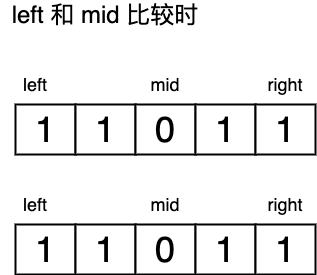
Before: offer11.png, a diagram exported from draw.io (autsu/diagrams). Source tidied: cells renumbered, new cells last; positions are measured from the earlier drawing's top-left corner, leaving out a move shared by most shapes.
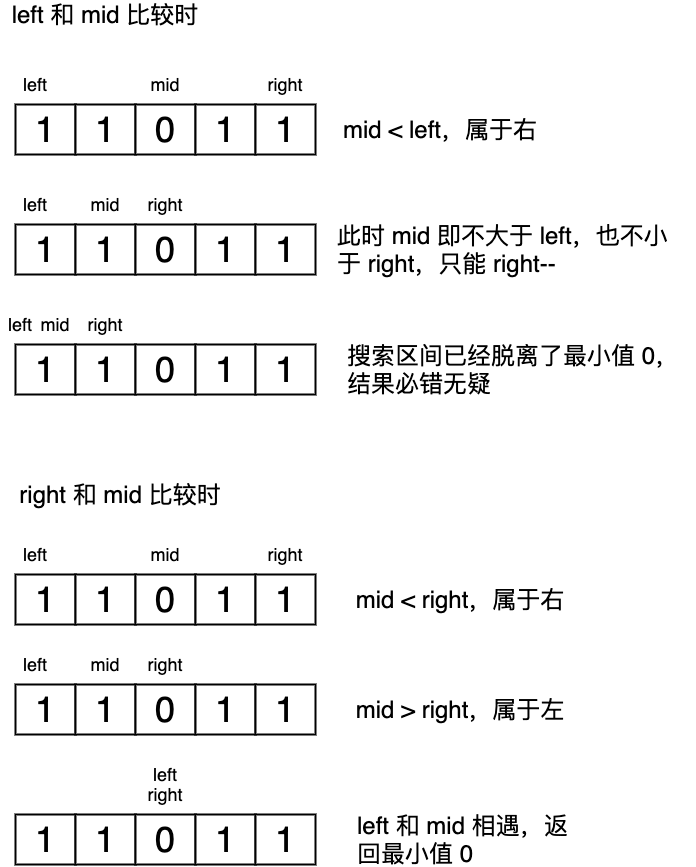
Later version of the same file.

Change to the diagram source:
```diff
@@ -45,13 +45,127 @@
       <mxGeometry x="15" y="190" width="40" height="20" as="geometry" />
     </mxCell>
     <mxCell id="16" value="&lt;font style=&quot;font-size: 18px&quot;&gt;right&lt;/font&gt;" style="text;html=1;strokeColor=none;fillColor=none;align=center;verticalAlign=middle;whiteSpace=wrap;rounded=0;" parent="1" vertex="1">
-      <mxGeometry x="265" y="190" width="40" height="20" as="geometry" />
+      <mxGeometry x="145" y="190" width="40" height="20" as="geometry" />
     </mxCell>
     <mxCell id="17" value="&lt;font style=&quot;font-size: 18px&quot;&gt;mid&lt;/font&gt;" style="text;html=1;strokeColor=none;fillColor=none;align=center;verticalAlign=middle;whiteSpace=wrap;rounded=0;" parent="1" vertex="1">
-      <mxGeometry x="145" y="190" width="40" height="20" as="geometry" />
+      <mxGeometry x="85" y="190" width="40" height="20" as="geometry" />
     </mxCell>
     <mxCell id="18" value="&lt;font style=&quot;font-size: 24px&quot;&gt;left 和 mid 比较时&lt;/font&gt;" style="text;html=1;strokeColor=none;fillColor=none;align=center;verticalAlign=middle;whiteSpace=wrap;rounded=0;" parent="1" vertex="1">
       <mxGeometry width="210" height="20" as="geometry" />
     </mxCell>
+    <mxCell id="19" value="&lt;span style=&quot;font-size: 24px&quot;&gt;mid &amp;lt; left，属于右&lt;/span&gt;" style="text;html=1;strokeColor=none;fillColor=none;align=center;verticalAlign=middle;whiteSpace=wrap;rounded=0;" parent="1" vertex="1">
+      <mxGeometry x="335" y="115" width="210" height="20" as="geometry" />
+    </mxCell>
+    <mxCell id="20" value="&lt;span style=&quot;font-size: 24px&quot;&gt;此时 mid 即不大于 left，也不小于 right，只能 right--&lt;/span&gt;" style="text;html=1;strokeColor=none;fillColor=none;align=left;verticalAlign=middle;whiteSpace=wrap;rounded=0;" parent="1" vertex="1">
+      <mxGeometry x="335" y="220" width="350" height="50" as="geometry" />
+    </mxCell>
+    <mxCell id="21" value="&lt;font style=&quot;font-size: 36px&quot;&gt;1&lt;/font&gt;" style="rounded=0;whiteSpace=wrap;html=1;strokeWidth=2;" parent="1" vertex="1">
+      <mxGeometry x="15" y="340" width="60" height="50" as="geometry" />
+    </mxCell>
+    <mxCell id="22" value="&lt;span style=&quot;font-size: 36px&quot;&gt;1&lt;/span&gt;" style="rounded=0;whiteSpace=wrap;html=1;strokeWidth=2;" parent="1" vertex="1">
+      <mxGeometry x="75" y="340" width="60" height="50" as="geometry" />
+    </mxCell>
+    <mxCell id="23" value="&lt;span style=&quot;font-size: 36px&quot;&gt;0&lt;/span&gt;" style="rounded=0;whiteSpace=wrap;html=1;strokeWidth=2;" parent="1" vertex="1">
+      <mxGeometry x="135" y="340" width="60" height="50" as="geometry" />
+    </mxCell>
+    <mxCell id="24" value="&lt;span style=&quot;font-size: 36px&quot;&gt;1&lt;/span&gt;" style="rounded=0;whiteSpace=wrap;html=1;strokeWidth=2;" parent="1" vertex="1">
+      <mxGeometry x="195" y="340" width="60" height="50" as="geometry" />
+    </mxCell>
+    <mxCell id="25" value="&lt;span style=&quot;font-size: 36px&quot;&gt;1&lt;/span&gt;" style="rounded=0;whiteSpace=wrap;html=1;strokeWidth=2;" parent="1" vertex="1">
+      <mxGeometry x="255" y="340" width="60" height="50" as="geometry" />
+    </mxCell>
+    <mxCell id="26" value="&lt;font style=&quot;font-size: 18px&quot;&gt;left&lt;/font&gt;" style="text;html=1;strokeColor=none;fillColor=none;align=center;verticalAlign=middle;whiteSpace=wrap;rounded=0;" parent="1" vertex="1">
+      <mxGeometry y="310" width="40" height="20" as="geometry" />
+    </mxCell>
+    <mxCell id="27" value="&lt;font style=&quot;font-size: 18px&quot;&gt;right&lt;/font&gt;" style="text;html=1;strokeColor=none;fillColor=none;align=center;verticalAlign=middle;whiteSpace=wrap;rounded=0;" parent="1" vertex="1">
+      <mxGeometry x="85" y="310" width="40" height="20" as="geometry" />
+    </mxCell>
+    <mxCell id="28" value="&lt;font style=&quot;font-size: 18px&quot;&gt;mid&lt;/font&gt;" style="text;html=1;strokeColor=none;fillColor=none;align=center;verticalAlign=middle;whiteSpace=wrap;rounded=0;" parent="1" vertex="1">
+      <mxGeometry x="35" y="310" width="40" height="20" as="geometry" />
+    </mxCell>
+    <mxCell id="29" value="&lt;span style=&quot;font-size: 24px&quot;&gt;搜索区间已经脱离了最小值 0，结果必错无疑&lt;/span&gt;" style="text;html=1;strokeColor=none;fillColor=none;align=left;verticalAlign=middle;whiteSpace=wrap;rounded=0;" parent="1" vertex="1">
+      <mxGeometry x="345" y="340" width="350" height="50" as="geometry" />
+    </mxCell>
+    <mxCell id="30" value="&lt;font style=&quot;font-size: 24px&quot;&gt;right 和 mid 比较时&lt;/font&gt;" style="text;html=1;strokeColor=none;fillColor=none;align=center;verticalAlign=middle;whiteSpace=wrap;rounded=0;" parent="1" vertex="1">
+      <mxGeometry x="15" y="480" width="210" height="20" as="geometry" />
+    </mxCell>
+    <mxCell id="31" value="&lt;font style=&quot;font-size: 36px&quot;&gt;1&lt;/font&gt;" style="rounded=0;whiteSpace=wrap;html=1;strokeWidth=2;" parent="1" vertex="1">
+      <mxGeometry x="15" y="570" width="60" height="50" as="geometry" />
+    </mxCell>
+    <mxCell id="32" value="&lt;span style=&quot;font-size: 36px&quot;&gt;1&lt;/span&gt;" style="rounded=0;whiteSpace=wrap;html=1;strokeWidth=2;" parent="1" vertex="1">
+      <mxGeometry x="75" y="570" width="60" height="50" as="geometry" />
+    </mxCell>
+    <mxCell id="33" value="&lt;span style=&quot;font-size: 36px&quot;&gt;0&lt;/span&gt;" style="rounded=0;whiteSpace=wrap;html=1;strokeWidth=2;" parent="1" vertex="1">
+      <mxGeometry x="135" y="570" width="60" height="50" as="geometry" />
+    </mxCell>
+    <mxCell id="34" value="&lt;span style=&quot;font-size: 36px&quot;&gt;1&lt;/span&gt;" style="rounded=0;whiteSpace=wrap;html=1;strokeWidth=2;" parent="1" vertex="1">
+      <mxGeometry x="195" y="570" width="60" height="50" as="geometry" />
+    </mxCell>
+    <mxCell id="35" value="&lt;span style=&quot;font-size: 36px&quot;&gt;1&lt;/span&gt;" style="rounded=0;whiteSpace=wrap;html=1;strokeWidth=2;" parent="1" vertex="1">
+      <mxGeometry x="255" y="570" width="60" height="50" as="geometry" />
+    </mxCell>
+    <mxCell id="36" value="&lt;font style=&quot;font-size: 18px&quot;&gt;left&lt;/font&gt;" style="text;html=1;strokeColor=none;fillColor=none;align=center;verticalAlign=middle;whiteSpace=wrap;rounded=0;" parent="1" vertex="1">
+      <mxGeometry x="15" y="540" width="40" height="20" as="geometry" />
+    </mxCell>
+    <mxCell id="37" value="&lt;font style=&quot;font-size: 18px&quot;&gt;right&lt;/font&gt;" style="text;html=1;strokeColor=none;fillColor=none;align=center;verticalAlign=middle;whiteSpace=wrap;rounded=0;" parent="1" vertex="1">
+      <mxGeometry x="265" y="540" width="40" height="20" as="geometry" />
+    </mxCell>
+    <mxCell id="38" value="&lt;font style=&quot;font-size: 18px&quot;&gt;mid&lt;/font&gt;" style="text;html=1;strokeColor=none;fillColor=none;align=center;verticalAlign=middle;whiteSpace=wrap;rounded=0;" parent="1" vertex="1">
+      <mxGeometry x="145" y="540" width="40" height="20" as="geometry" />
+    </mxCell>
+    <mxCell id="39" value="&lt;span style=&quot;font-size: 24px&quot;&gt;mid &amp;lt; right，属于右&lt;/span&gt;" style="text;html=1;strokeColor=none;fillColor=none;align=center;verticalAlign=middle;whiteSpace=wrap;rounded=0;" parent="1" vertex="1">
+      <mxGeometry x="345" y="582.5" width="230" height="25" as="geometry" />
+    </mxCell>
+    <mxCell id="40" value="&lt;font style=&quot;font-size: 36px&quot;&gt;1&lt;/font&gt;" style="rounded=0;whiteSpace=wrap;html=1;strokeWidth=2;" parent="1" vertex="1">
+      <mxGeometry x="15" y="680" width="60" height="50" as="geometry" />
+    </mxCell>
+    <mxCell id="41" value="&lt;span style=&quot;font-size: 36px&quot;&gt;1&lt;/span&gt;" style="rounded=0;whiteSpace=wrap;html=1;strokeWidth=2;" parent="1" vertex="1">
+      <mxGeometry x="75" y="680" width="60" height="50" as="geometry" />
+    </mxCell>
+    <mxCell id="42" value="&lt;span style=&quot;font-size: 36px&quot;&gt;0&lt;/span&gt;" style="rounded=0;whiteSpace=wrap;html=1;strokeWidth=2;" parent="1" vertex="1">
+      <mxGeometry x="135" y="680" width="60" height="50" as="geometry" />
+    </mxCell>
+    <mxCell id="43" value="&lt;span style=&quot;font-size: 36px&quot;&gt;1&lt;/span&gt;" style="rounded=0;whiteSpace=wrap;html=1;strokeWidth=2;" parent="1" vertex="1">
+      <mxGeometry x="195" y="680" width="60" height="50" as="geometry" />
+    </mxCell>
+    <mxCell id="44" value="&lt;span style=&quot;font-size: 36px&quot;&gt;1&lt;/span&gt;" style="rounded=0;whiteSpace=wrap;html=1;strokeWidth=2;" parent="1" vertex="1">
+      <mxGeometry x="255" y="680" width="60" height="50" as="geometry" />
+    </mxCell>
+    <mxCell id="45" value="&lt;font style=&quot;font-size: 18px&quot;&gt;left&lt;/font&gt;" style="text;html=1;strokeColor=none;fillColor=none;align=center;verticalAlign=middle;whiteSpace=wrap;rounded=0;" parent="1" vertex="1">
+      <mxGeometry x="15" y="650" width="40" height="20" as="geometry" />
+    </mxCell>
+    <mxCell id="46" value="&lt;font style=&quot;font-size: 18px&quot;&gt;right&lt;/font&gt;" style="text;html=1;strokeColor=none;fillColor=none;align=center;verticalAlign=middle;whiteSpace=wrap;rounded=0;" parent="1" vertex="1">
+      <mxGeometry x="145" y="650" width="40" height="20" as="geometry" />
+    </mxCell>
+    <mxCell id="47" value="&lt;font style=&quot;font-size: 18px&quot;&gt;mid&lt;/font&gt;" style="text;html=1;strokeColor=none;fillColor=none;align=center;verticalAlign=middle;whiteSpace=wrap;rounded=0;" parent="1" vertex="1">
+      <mxGeometry x="85" y="650" width="40" height="20" as="geometry" />
+    </mxCell>
+    <mxCell id="48" value="&lt;span style=&quot;font-size: 24px&quot;&gt;mid &amp;gt; right，属于左&lt;/span&gt;" style="text;html=1;strokeColor=none;fillColor=none;align=center;verticalAlign=middle;whiteSpace=wrap;rounded=0;" parent="1" vertex="1">
+      <mxGeometry x="345" y="692.5" width="230" height="25" as="geometry" />
+    </mxCell>
+    <mxCell id="49" value="&lt;font style=&quot;font-size: 36px&quot;&gt;1&lt;/font&gt;" style="rounded=0;whiteSpace=wrap;html=1;strokeWidth=2;" parent="1" vertex="1">
+      <mxGeometry x="15" y="810" width="60" height="50" as="geometry" />
+    </mxCell>
+    <mxCell id="50" value="&lt;span style=&quot;font-size: 36px&quot;&gt;1&lt;/span&gt;" style="rounded=0;whiteSpace=wrap;html=1;strokeWidth=2;" parent="1" vertex="1">
+      <mxGeometry x="75" y="810" width="60" height="50" as="geometry" />
+    </mxCell>
+    <mxCell id="51" value="&lt;span style=&quot;font-size: 36px&quot;&gt;0&lt;/span&gt;" style="rounded=0;whiteSpace=wrap;html=1;strokeWidth=2;" parent="1" vertex="1">
+      <mxGeometry x="135" y="810" width="60" height="50" as="geometry" />
+    </mxCell>
+    <mxCell id="52" value="&lt;span style=&quot;font-size: 36px&quot;&gt;1&lt;/span&gt;" style="rounded=0;whiteSpace=wrap;html=1;strokeWidth=2;" parent="1" vertex="1">
+      <mxGeometry x="195" y="810" width="60" height="50" as="geometry" />
+    </mxCell>
+    <mxCell id="53" value="&lt;span style=&quot;font-size: 36px&quot;&gt;1&lt;/span&gt;" style="rounded=0;whiteSpace=wrap;html=1;strokeWidth=2;" parent="1" vertex="1">
+      <mxGeometry x="255" y="810" width="60" height="50" as="geometry" />
+    </mxCell>
+    <mxCell id="54" value="&lt;font style=&quot;font-size: 18px&quot;&gt;left&lt;/font&gt;" style="text;html=1;strokeColor=none;fillColor=none;align=center;verticalAlign=middle;whiteSpace=wrap;rounded=0;" parent="1" vertex="1">
+      <mxGeometry x="145" y="760" width="40" height="20" as="geometry" />
+    </mxCell>
+    <mxCell id="55" value="&lt;font style=&quot;font-size: 18px&quot;&gt;right&lt;/font&gt;" style="text;html=1;strokeColor=none;fillColor=none;align=center;verticalAlign=middle;whiteSpace=wrap;rounded=0;" parent="1" vertex="1">
+      <mxGeometry x="145" y="780" width="40" height="20" as="geometry" />
+    </mxCell>
+    <mxCell id="56" value="&lt;span style=&quot;font-size: 24px&quot;&gt;left 和 mid 相遇，返回最小值 0&lt;/span&gt;" style="text;html=1;strokeColor=none;fillColor=none;align=left;verticalAlign=middle;whiteSpace=wrap;rounded=0;" parent="1" vertex="1">
+      <mxGeometry x="355" y="822.5" width="230" height="25" as="geometry" />
+    </mxCell>
   </root>
 </mxGraphModel>
```
